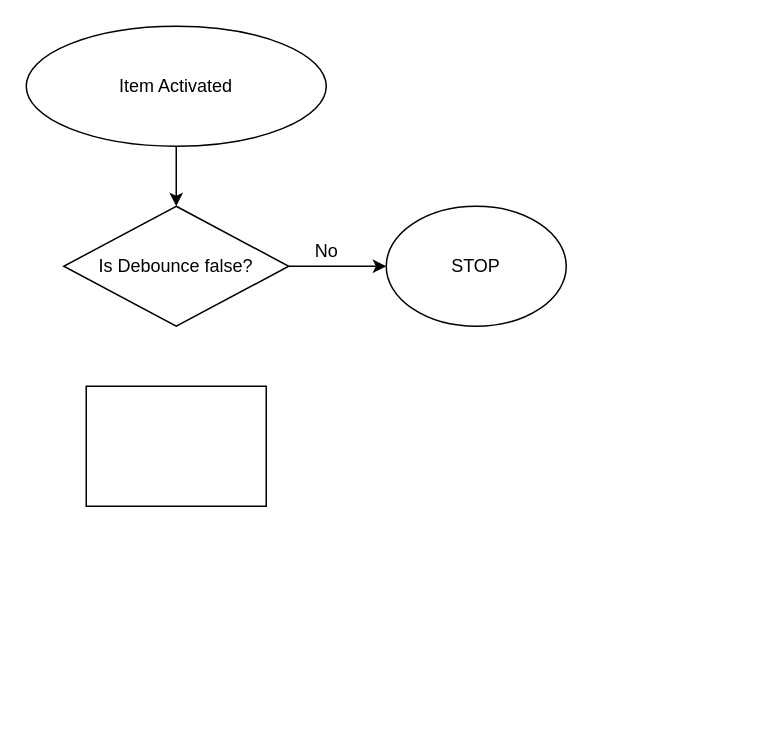
Above: src/ReplicatedStorage/Shared/Gun.drawio in shuttle99/NoirGame (draw.io), before the change. Source tidied: cells renumbered, new cells numbered last; positions are measured from the earlier drawing's top-left corner, leaving out a move shared by most shapes. Both pictures are drawn from the tidied source at 150%, with x=0, y=0 at pixel (26, 26).
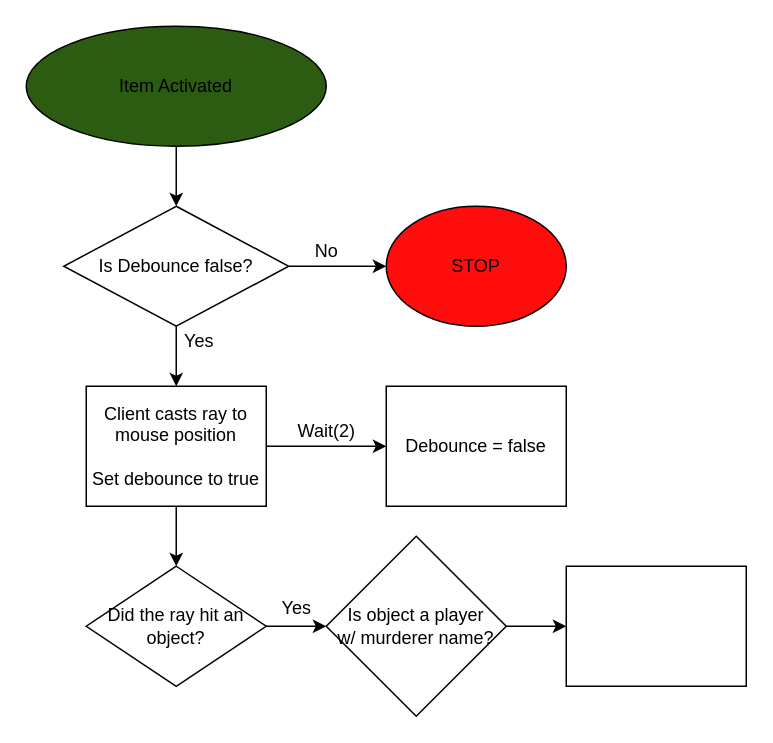
Above is the later version.

Unchanged cells that the change refers to:
```xml
<mxCell id="5" value="Is Debounce false?" style="rhombus;whiteSpace=wrap;html=1;" parent="1" vertex="1">
  <mxGeometry x="25" y="120" width="150" height="80" as="geometry" />
</mxCell>
```

The edit, as a diff of the source:
```diff
@@
-    <mxCell id="3" value="Item Activated" style="ellipse;whiteSpace=wrap;html=1;" parent="1" vertex="1">
+    <mxCell id="3" value="Item Activated" style="ellipse;whiteSpace=wrap;html=1;fillColor=#2C5C11;" parent="1" vertex="1">
       <mxGeometry width="200" height="80" as="geometry" />
     </mxCell>
@@
+    <mxCell id="9" style="edgeStyle=orthogonalEdgeStyle;rounded=0;jettySize=auto;html=1;" parent="1" edge="1" source="5" target="8">
+      <mxGeometry relative="1" as="geometry" />
+    </mxCell>
@@
-    <mxCell id="7" value="STOP" style="ellipse;whiteSpace=wrap;html=1;" parent="1" vertex="1">
+    <mxCell id="7" value="STOP" style="ellipse;whiteSpace=wrap;html=1;fillColor=#FF0D0D;" parent="1" vertex="1">
       <mxGeometry x="240" y="120" width="120" height="80" as="geometry" />
     </mxCell>
+    <mxCell id="10" style="edgeStyle=orthogonalEdgeStyle;rounded=0;jettySize=auto;html=1;" parent="1" edge="1" source="8" target="15">
+      <mxGeometry relative="1" as="geometry" />
+    </mxCell>
+    <mxCell id="11" style="edgeStyle=orthogonalEdgeStyle;rounded=0;jettySize=auto;html=1;" parent="1" edge="1" source="8" target="12">
+      <mxGeometry relative="1" as="geometry" />
+    </mxCell>
-    <mxCell id="8" style="rounded=0;whiteSpace=wrap;html=1;" parent="1" vertex="1">
+    <mxCell id="8" value="Client casts ray to mouse position&lt;br&gt;&lt;br&gt;Set debounce to true" style="rounded=0;whiteSpace=wrap;html=1;" parent="1" vertex="1">
       <mxGeometry x="40" y="240" width="120" height="80" as="geometry" />
     </mxCell>
+    <mxCell id="12" value="Debounce = false" style="rounded=0;whiteSpace=wrap;html=1;" parent="1" vertex="1">
+      <mxGeometry x="240" y="240" width="120" height="80" as="geometry" />
+    </mxCell>
+    <mxCell id="13" value="Yes" style="text;html=1;align=center;verticalAlign=middle;" parent="1" vertex="1">
+      <mxGeometry x="100" y="200" width="30" height="20" as="geometry" />
+    </mxCell>
+    <mxCell id="14" style="edgeStyle=orthogonalEdgeStyle;rounded=0;jettySize=auto;html=1;" parent="1" edge="1" source="15">
+      <mxGeometry relative="1" as="geometry">
+        <mxPoint x="200" y="400" as="targetPoint" />
+      </mxGeometry>
+    </mxCell>
+    <mxCell id="15" value="Did the ray hit an object?" style="rhombus;whiteSpace=wrap;html=1;" parent="1" vertex="1">
+      <mxGeometry x="40" y="360" width="120" height="80" as="geometry" />
+    </mxCell>
+    <mxCell id="16" value="Wait(2)" style="text;html=1;align=center;verticalAlign=middle;" parent="1" vertex="1">
+      <mxGeometry x="175" y="260" width="50" height="20" as="geometry" />
+    </mxCell>
+    <mxCell id="17" value="Yes" style="text;html=1;align=center;verticalAlign=middle;" parent="1" vertex="1">
+      <mxGeometry x="165" y="378" width="30" height="20" as="geometry" />
+    </mxCell>
+    <mxCell id="18" style="edgeStyle=orthogonalEdgeStyle;rounded=0;jettySize=auto;html=1;" parent="1" edge="1" source="19">
+      <mxGeometry relative="1" as="geometry">
+        <mxPoint x="360" y="400" as="targetPoint" />
+      </mxGeometry>
+    </mxCell>
+    <mxCell id="19" value="Is object a player&lt;br&gt;w/ murderer name?" style="rhombus;whiteSpace=wrap;html=1;" parent="1" vertex="1">
+      <mxGeometry x="200" y="340" width="120" height="120" as="geometry" />
+    </mxCell>
+    <mxCell id="20" style="rounded=0;whiteSpace=wrap;html=1;" parent="1" vertex="1">
+      <mxGeometry x="360" y="360" width="120" height="80" as="geometry" />
+    </mxCell>
```
